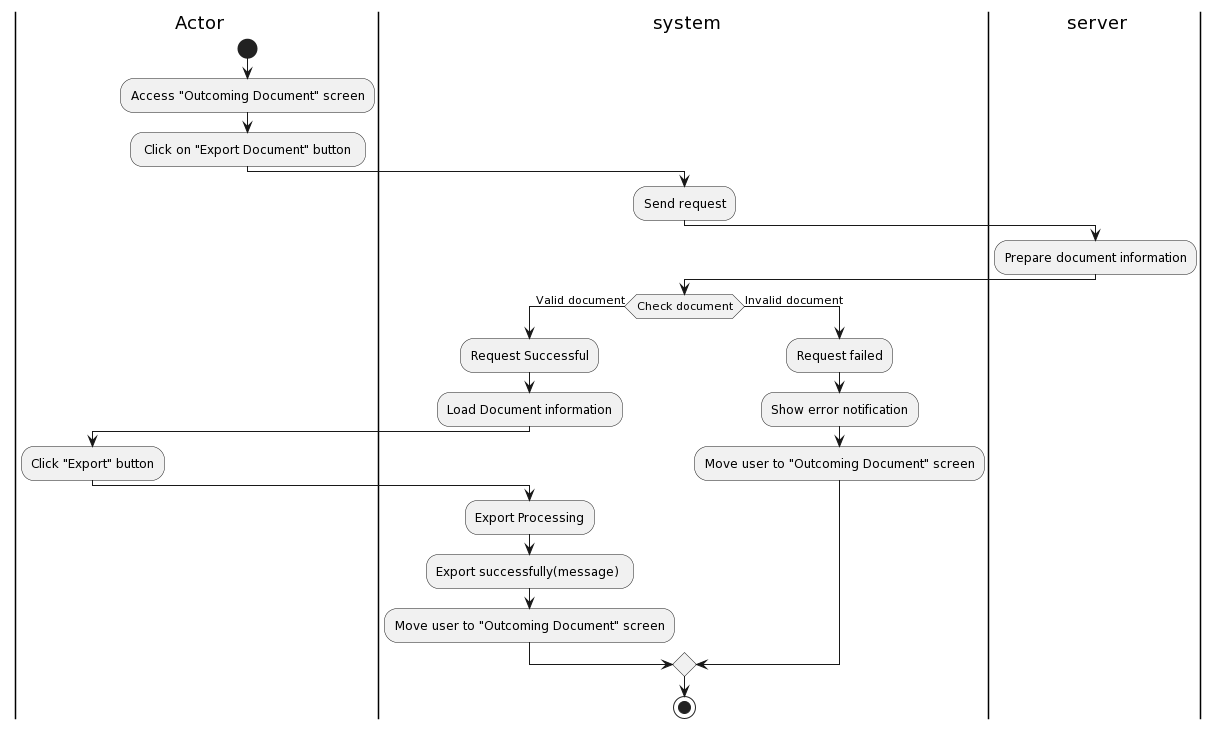
khoapham1003/SE357-Pratice-class keeps this PlantUML diagram as Lab1/Lab1.2/Activity Diagram/OutcomingDocument/ExportOutcomingDocument/ExportOutcomingDocument.png. Above is the earlier version.
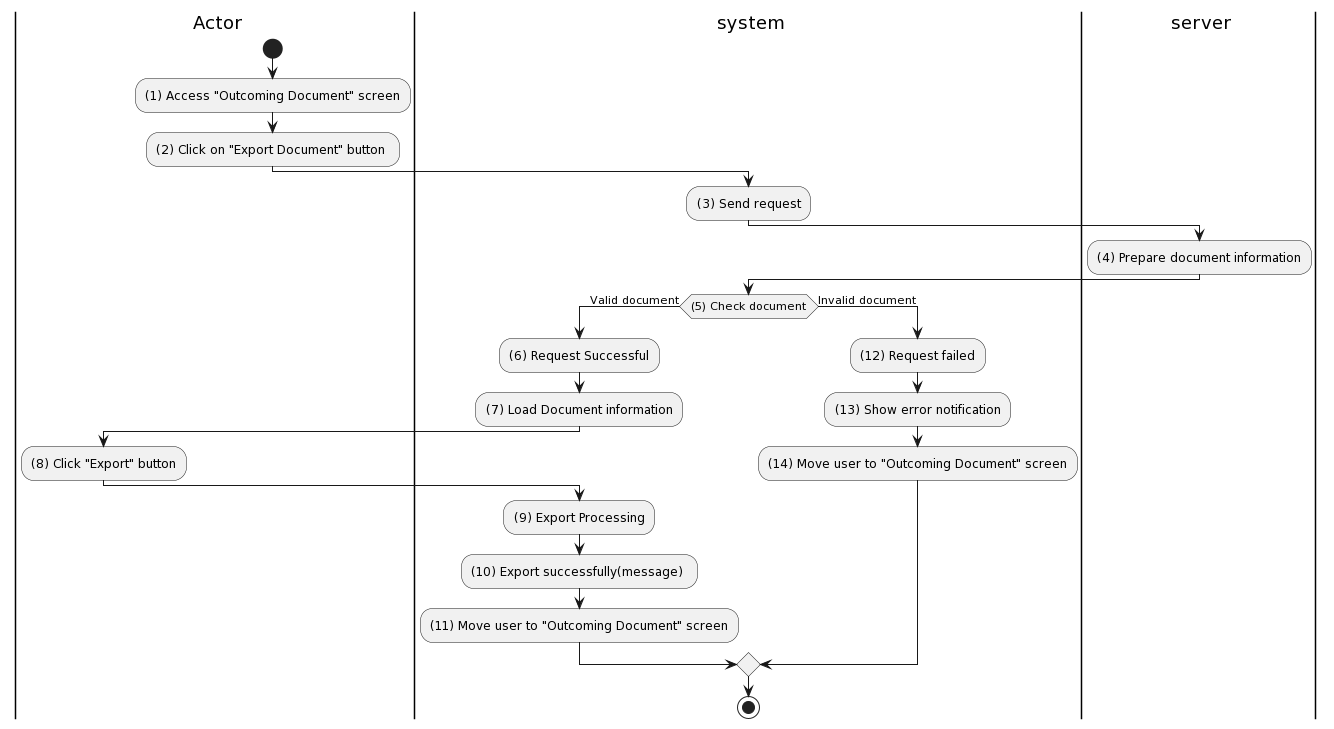
Above is the later version.

What changed in the source:
```diff
@@ -4,26 +4,26 @@
 |ser| server
 |a|
 start
-:Access "Outcoming Document" screen;
-: Click on "Export Document" button ;
+:(1) Access "Outcoming Document" screen;
+:(2) Click on "Export Document" button ;
 |sys|
-:Send request;
+:(3) Send request;
 |ser|
-:Prepare document information;
+:(4) Prepare document information;
 |sys|
-if (Check document) then (Valid document)
-:Request Successful;
-:Load Document information;
+if ((5) Check document) then (Valid document)
+:(6) Request Successful;
+:(7) Load Document information;
 |a|
-:Click "Export" button;
+:(8) Click "Export" button;
 |sys|
-:Export Processing;
-:Export successfully(message) ;
-:Move user to "Outcoming Document" screen;
+:(9) Export Processing;
+:(10) Export successfully(message) ;
+:(11) Move user to "Outcoming Document" screen;
 else (Invalid document)
-:Request failed;
-:Show error notification;
-:Move user to "Outcoming Document" screen;
+:(12) Request failed;
+:(13) Show error notification;
+:(14) Move user to "Outcoming Document" screen;
 endif
 
 
```
